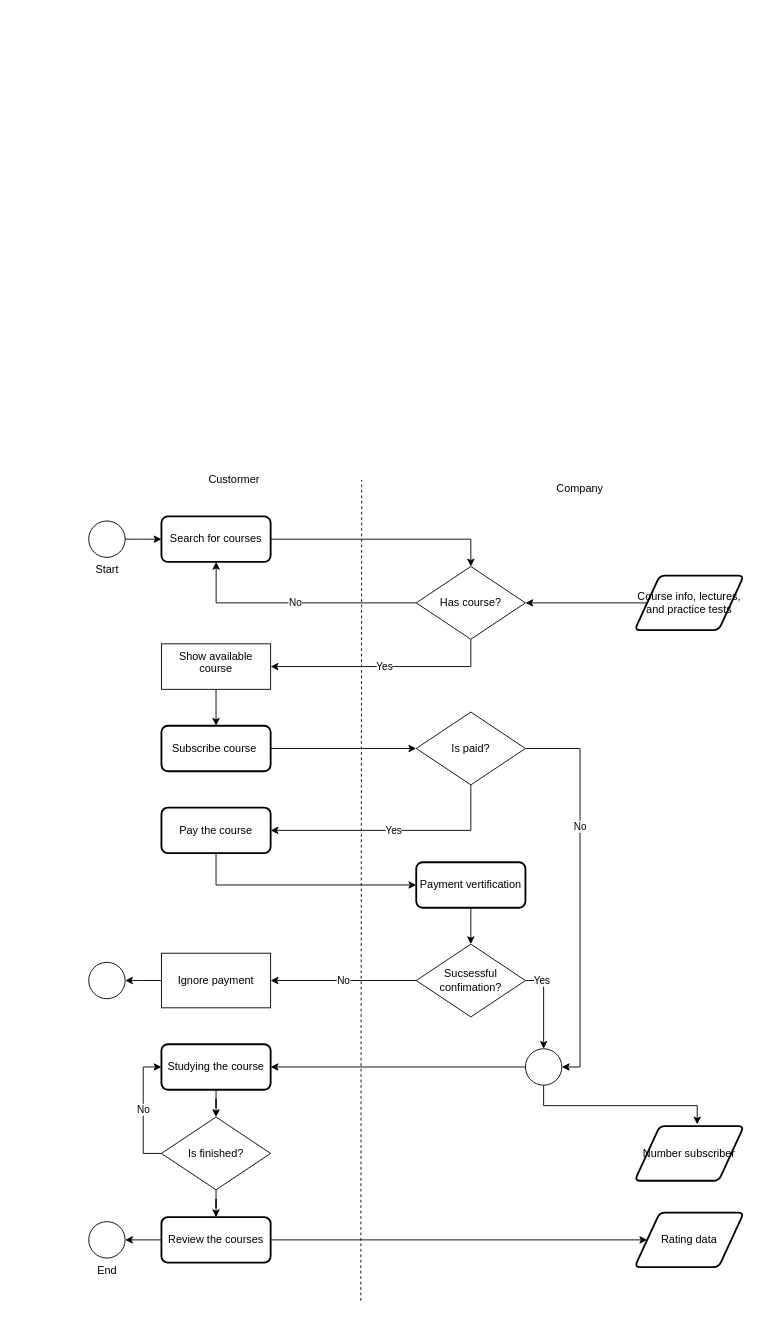
vancodocton/1641workspace keeps this draw.io diagram as page "BPMN 1" (1 of 2) of 1641Diagram.drawio. Above is the earlier version. Source tidied: cells renumbered, new cells numbered last; positions are measured from the earlier drawing's top-left corner, leaving out a move shared by most shapes. Both pictures are drawn from the tidied source at 91%, with x=0, y=0 at pixel (15, 15).
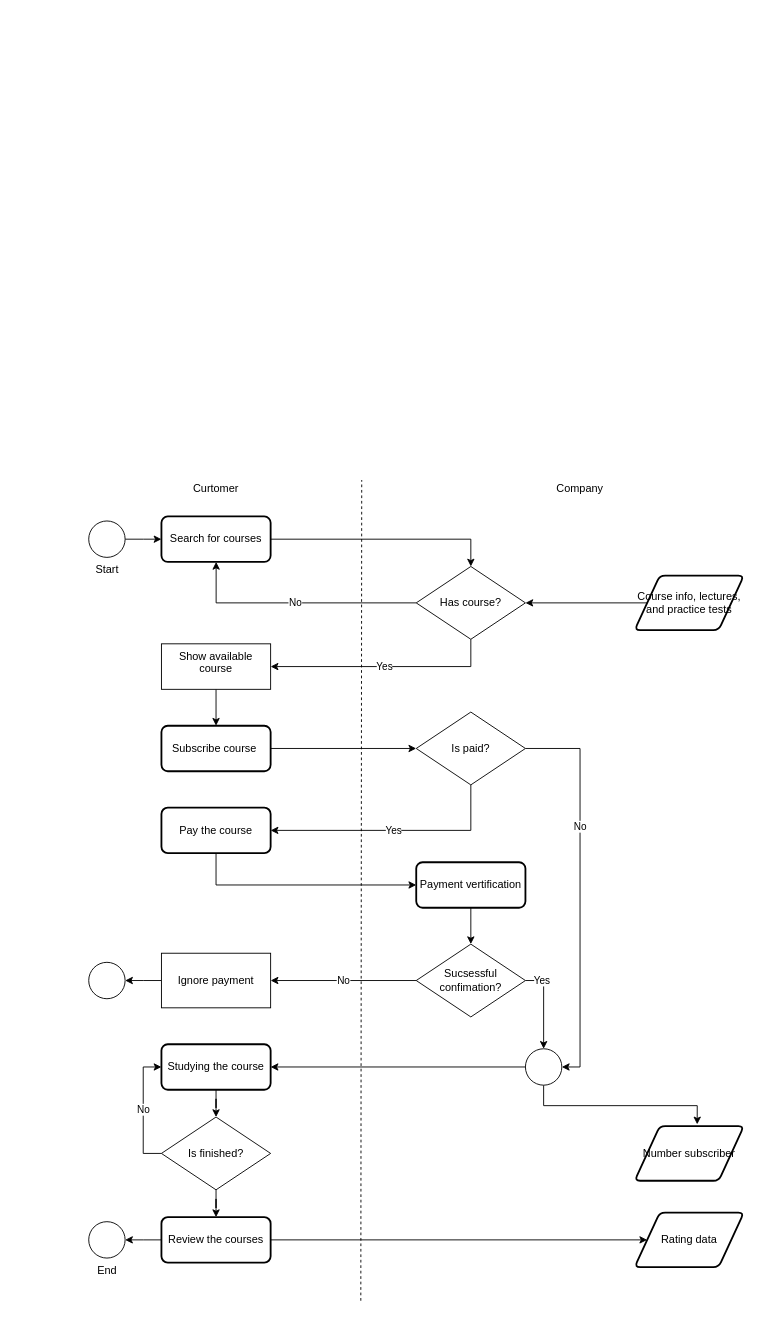
After the change.

Diff of the diagram source:
```diff
@@
-    <mxCell id="2" value="Custormer" style="text;html=1;strokeColor=none;fillColor=none;align=center;verticalAlign=middle;whiteSpace=wrap;rounded=0;" parent="1" vertex="1">
-      <mxGeometry width="480" height="1020" as="geometry" />
-    </mxCell>
@@
+    <mxCell id="45" value="Curtomer" style="text;html=1;strokeColor=none;fillColor=none;align=center;verticalAlign=middle;whiteSpace=wrap;rounded=0;" parent="1" vertex="1">
+      <mxGeometry x="199.9" y="510" width="40" height="20" as="geometry" />
+    </mxCell>
```
